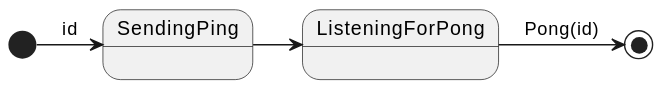
Before: ping.svg, a diagram exported from PlantUML (peterpaul/kafka-ping-stm).
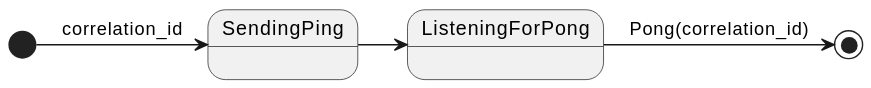
Above is the later version.

Commit message:
Extract Ping and Pong messages and share between Client and Server

The edit, as a diff of the source:
```diff
@@ -1,5 +1,5 @@
 @startuml
-[*] -> SendingPing: id
+[*] -> SendingPing: correlation_id
 SendingPing -> ListeningForPong
-ListeningForPong -> [*]: Pong(id)
+ListeningForPong -> [*]: Pong(correlation_id)
 @enduml
```
